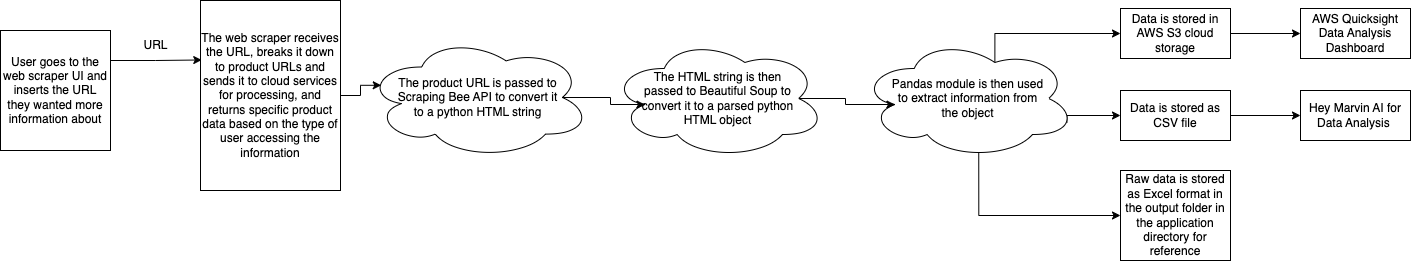
Before: Design Diagrams/D2.png, a diagram exported from draw.io (AAlkiyumi/Senior-Design-Project). Source tidied: cells renumbered, new cells last; positions are measured from the earlier drawing's top-left corner, leaving out a move shared by most shapes.
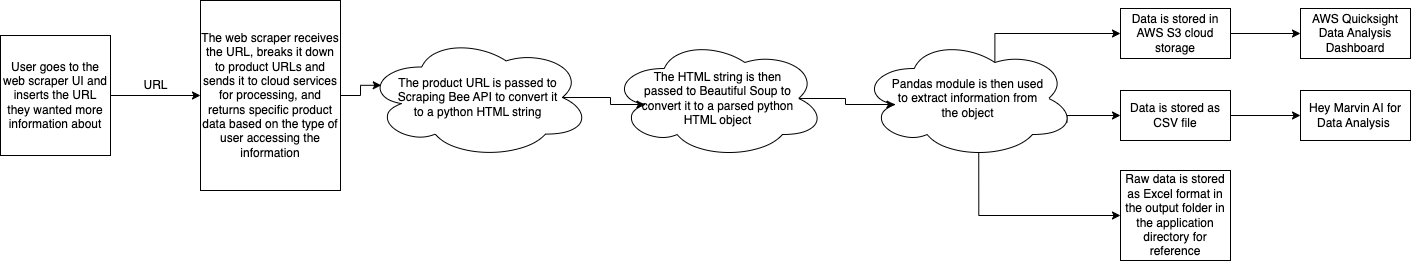
Later version of the same file.

Diff of the diagram source:
```diff
@@ -2,8 +2,11 @@
   <root>
     <mxCell id="0" />
     <mxCell id="1" parent="0" />
+    <mxCell id="7" style="edgeStyle=orthogonalEdgeStyle;rounded=0;jettySize=auto;html=1;entryX=0;entryY=0.5;entryDx=0;entryDy=0;" parent="1" edge="1" source="2" target="3">
+      <mxGeometry relative="1" as="geometry" />
+    </mxCell>
     <mxCell id="2" value="User goes to the web scraper UI and inserts the URL they wanted more information about" style="rounded=0;whiteSpace=wrap;html=1;" parent="1" vertex="1">
-      <mxGeometry y="30" width="110" height="120" as="geometry" />
+      <mxGeometry y="35" width="110" height="120" as="geometry" />
     </mxCell>
     <mxCell id="3" value="&lt;div&gt;&lt;div&gt;The web scraper receives the URL, breaks it down to product URLs and sends it to cloud services for processing, and returns specific product data based on the type of user accessing the information&lt;/div&gt;&lt;/div&gt;" style="rounded=0;whiteSpace=wrap;html=1;" parent="1" vertex="1">
       <mxGeometry x="200" width="140" height="190" as="geometry" />
@@ -15,11 +18,8 @@
       <mxGeometry x="1300" y="90" width="110" height="50" as="geometry" />
     </mxCell>
     <mxCell id="6" value="URL" style="text;html=1;align=center;verticalAlign=middle;strokeColor=none;fillColor=none;" parent="1" vertex="1">
-      <mxGeometry x="130" y="30" width="50" height="30" as="geometry" />
+      <mxGeometry x="130" y="70" width="50" height="30" as="geometry" />
     </mxCell>
-    <mxCell id="7" style="edgeStyle=orthogonalEdgeStyle;rounded=0;jettySize=auto;html=1;exitX=1;exitY=0.25;exitDx=0;exitDy=0;entryX=0.009;entryY=0.313;entryDx=0;entryDy=0;entryPerimeter=0;" parent="1" edge="1" source="2" target="3">
-      <mxGeometry relative="1" as="geometry" />
-    </mxCell>
     <mxCell id="8" value="&lt;p style=&quot;line-height: 120%; padding-right: 30px; padding-left: 30px;&quot;&gt;The HTML string is then passed to Beautiful Soup to convert it to a parsed python HTML object&lt;/p&gt;" style="ellipse;shape=cloud;whiteSpace=wrap;html=1;align=center;fillOpacity=100;overflow=visible;" parent="1" vertex="1">
       <mxGeometry x="610" y="38" width="215" height="120" as="geometry" />
     </mxCell>
```
